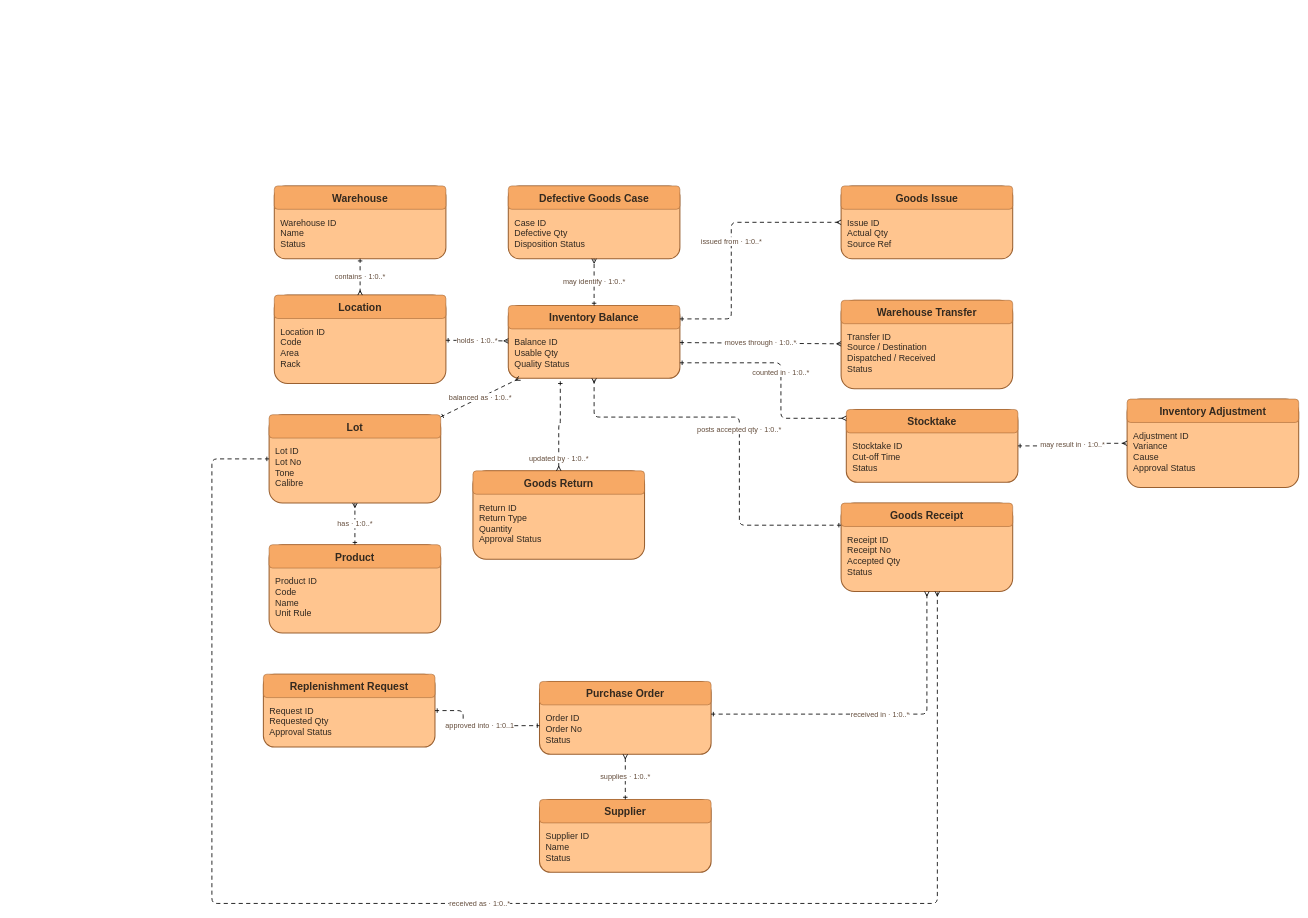
Earlier version of the draw.io diagram page "ERD" (7 of 21) of docs/04_so_do/WMSD_Bangach.drawio (minhbach032003/docs_doan). Source tidied: cells renumbered, new cells numbered last; positions are measured from the earlier drawing's top-left corner, leaving out a move shared by most shapes. Both pictures are drawn from the tidied source at 52%, with x=0, y=0 at pixel (212, 186).
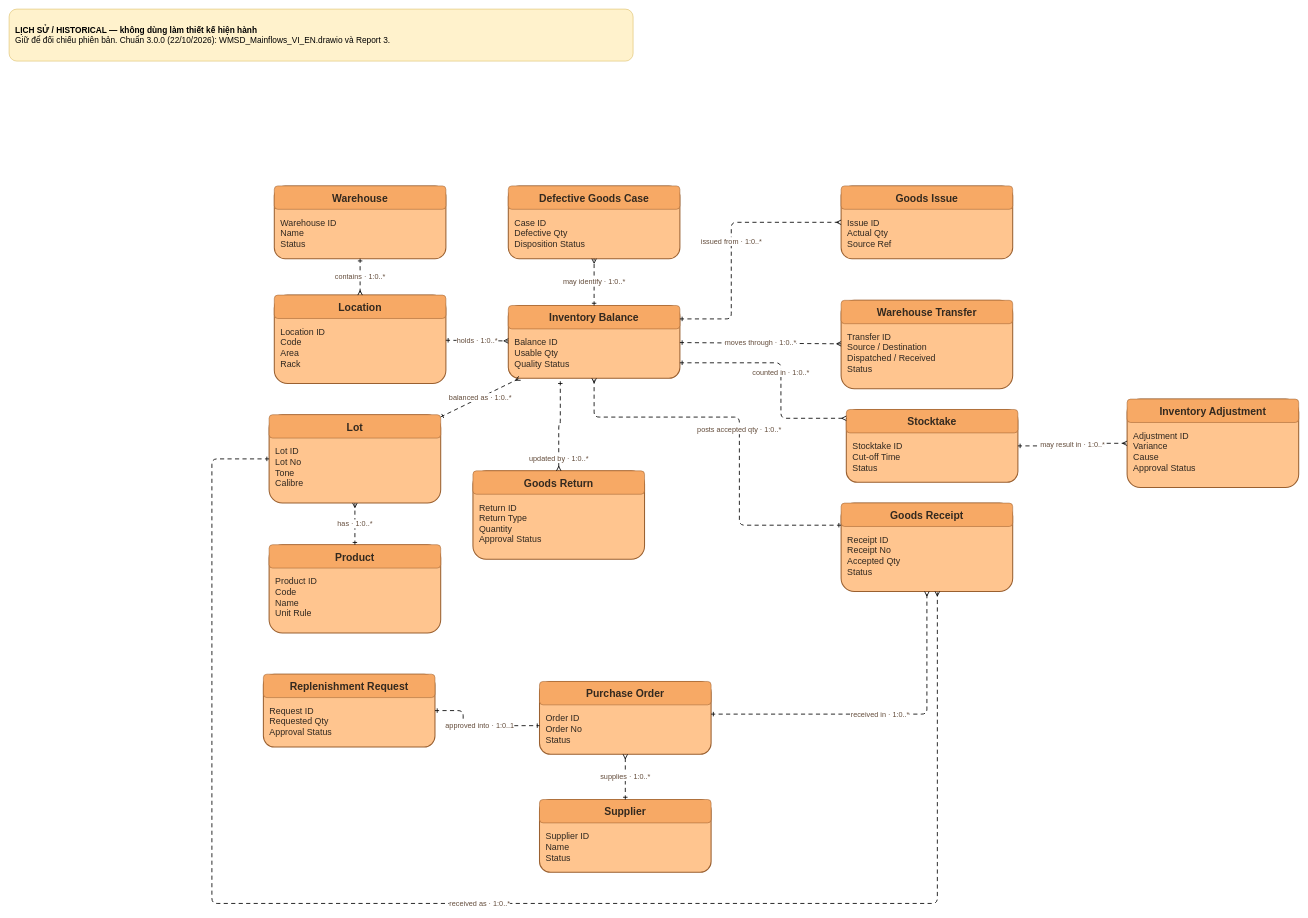
After the change.

What changed in the source:
```diff
@@
+    <mxCell id="62" value="&lt;b&gt;LỊCH SỬ / HISTORICAL — không dùng làm thiết kế hiện hành&lt;/b&gt;&lt;br&gt;Giữ để đối chiếu phiên bản. Chuẩn 3.0.0 (22/10/2026): WMSD_Mainflows_VI_EN.drawio và Report 3." style="rounded=1;whiteSpace=wrap;html=1;fontFamily=Arial;fontSize=16;align=left;spacing=12;fillColor=#fff2cc;strokeColor=#d6b656;" parent="1" vertex="1">
+      <mxGeometry x="-390" y="-340" width="1200" height="100" as="geometry" />
+    </mxCell>
```
